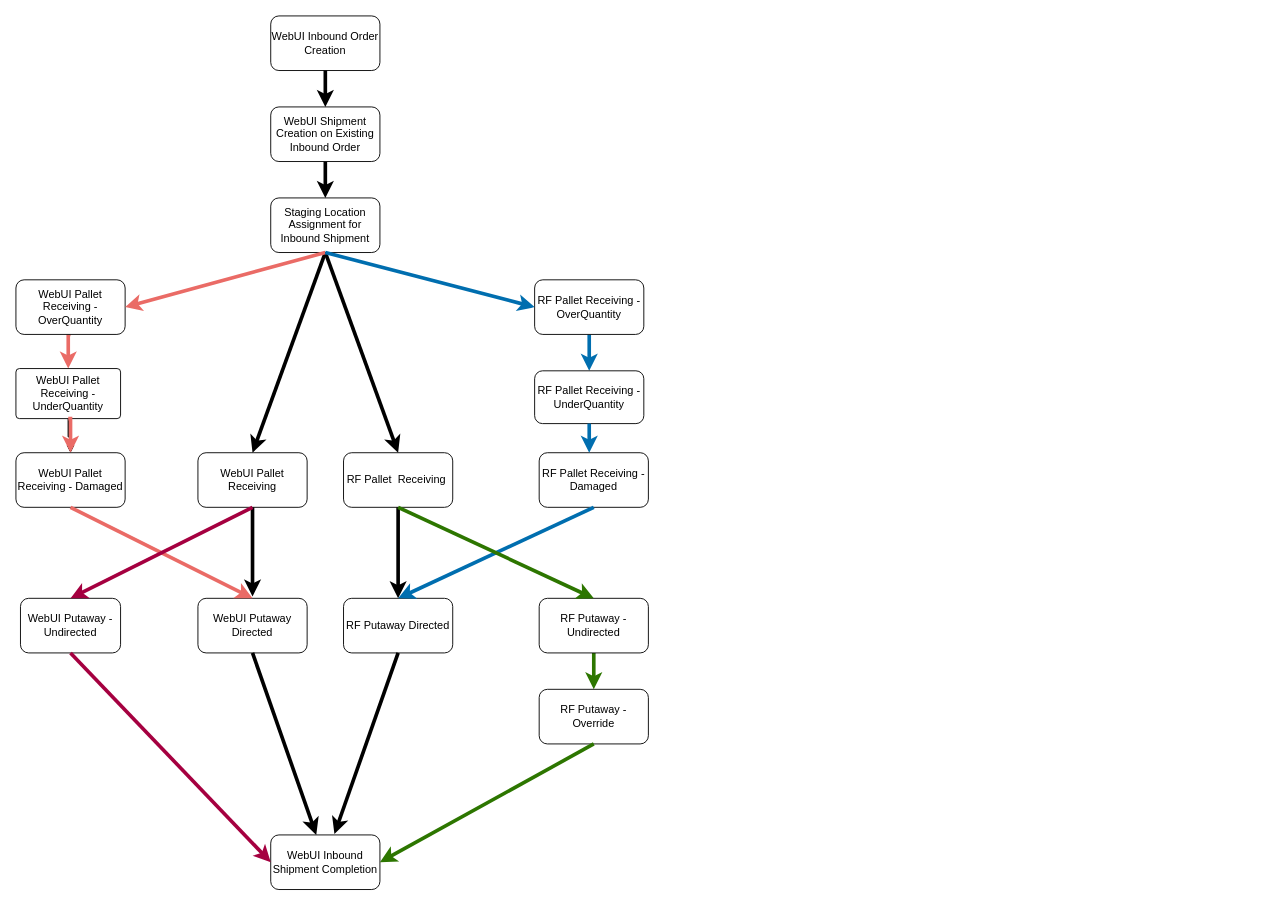
This is Superman&DrStrange.drawio from Natali1429/DIA, a draw.io file, before an edit. Source tidied: cells renumbered, new cells numbered last; positions are measured from the earlier drawing's top-left corner, leaving out a move shared by most shapes. Both pictures are drawn from the tidied source at 91%, with x=0, y=0 at pixel (15, 15).
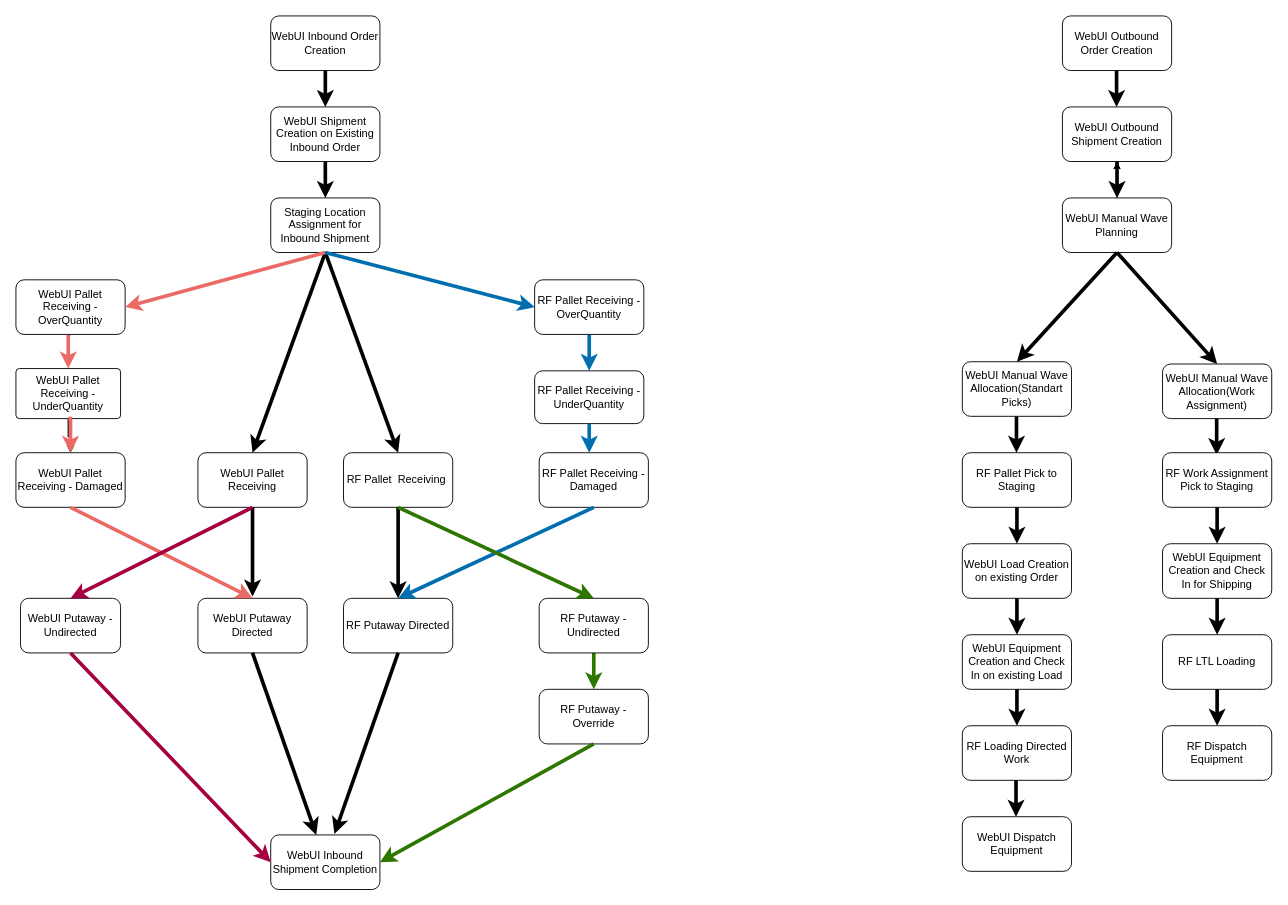
After the change.

Change to the diagram source:
```diff
@@
+    <mxCell id="42" value="WebUI Outbound Order Creation" style="rounded=1;whiteSpace=wrap;html=1;" parent="1" vertex="1">
+      <mxGeometry x="1150" width="120" height="60" as="geometry" />
+    </mxCell>
+    <mxCell id="43" style="edgeStyle=orthogonalEdgeStyle;rounded=0;orthogonalLoop=1;jettySize=auto;html=1;exitX=0.5;exitY=1;exitDx=0;exitDy=0;entryX=0.5;entryY=0;entryDx=0;entryDy=0;strokeWidth=4;" parent="1" edge="1">
+      <mxGeometry relative="1" as="geometry">
+        <mxPoint x="1209.5" y="60" as="sourcePoint" />
+        <mxPoint x="1209.5" y="100" as="targetPoint" />
+        <Array as="points">
+          <mxPoint x="1209.5" y="80" />
+          <mxPoint x="1209.5" y="80" />
+        </Array>
+      </mxGeometry>
+    </mxCell>
+    <mxCell id="44" value="WebUI Outbound Shipment Creation" style="rounded=1;whiteSpace=wrap;html=1;" parent="1" vertex="1">
+      <mxGeometry x="1150" y="100" width="120" height="60" as="geometry" />
+    </mxCell>
+    <mxCell id="45" style="edgeStyle=orthogonalEdgeStyle;rounded=0;orthogonalLoop=1;jettySize=auto;html=1;exitX=0.5;exitY=1;exitDx=0;exitDy=0;entryX=0.5;entryY=0;entryDx=0;entryDy=0;strokeWidth=4;" parent="1" edge="1">
+      <mxGeometry relative="1" as="geometry">
+        <mxPoint x="1210" y="160" as="sourcePoint" />
+        <mxPoint x="1210" y="200" as="targetPoint" />
+        <Array as="points">
+          <mxPoint x="1210" y="180" />
+          <mxPoint x="1210" y="180" />
+        </Array>
+      </mxGeometry>
+    </mxCell>
+    <mxCell id="46" style="edgeStyle=orthogonalEdgeStyle;rounded=0;jettySize=auto;html=1;" parent="1" edge="1" source="47" target="44">
+      <mxGeometry relative="1" as="geometry" />
+    </mxCell>
+    <mxCell id="47" value="WebUI Manual Wave Planning" style="rounded=1;whiteSpace=wrap;html=1;" parent="1" vertex="1">
+      <mxGeometry x="1150" y="200" width="120" height="60" as="geometry" />
+    </mxCell>
+    <mxCell id="48" value="WebUI Manual Wave Allocation(Standart Picks)" style="rounded=1;whiteSpace=wrap;html=1;" parent="1" vertex="1">
+      <mxGeometry x="1040" y="380" width="120" height="60" as="geometry" />
+    </mxCell>
+    <mxCell id="49" value="&lt;span style=&quot;white-space: normal&quot;&gt;WebUI Manual Wave Allocation(Work Assignment)&lt;/span&gt;" style="rounded=1;whiteSpace=wrap;html=1;" parent="1" vertex="1">
+      <mxGeometry x="1260" y="382.5" width="120" height="60" as="geometry" />
+    </mxCell>
+    <mxCell id="50" style="endArrow=classic;html=1;exitX=0.5;exitY=1;exitDx=0;exitDy=0;entryX=0.5;entryY=0;entryDx=0;entryDy=0;strokeWidth=4;rounded=0;" parent="1" edge="1" source="47" target="48">
+      <mxGeometry relative="1" as="geometry" />
+    </mxCell>
+    <mxCell id="51" style="endArrow=classic;html=1;exitX=0.5;exitY=1;exitDx=0;exitDy=0;entryX=0.5;entryY=0;entryDx=0;entryDy=0;strokeWidth=4;rounded=0;" parent="1" edge="1" source="47" target="49">
+      <mxGeometry relative="1" as="geometry" />
+    </mxCell>
+    <mxCell id="52" style="edgeStyle=orthogonalEdgeStyle;rounded=0;orthogonalLoop=1;jettySize=auto;html=1;exitX=0.5;exitY=1;exitDx=0;exitDy=0;entryX=0.5;entryY=0;entryDx=0;entryDy=0;strokeWidth=4;" parent="1" edge="1">
+      <mxGeometry relative="1" as="geometry">
+        <mxPoint x="1099.5" y="440" as="sourcePoint" />
+        <mxPoint x="1099.5" y="480" as="targetPoint" />
+        <Array as="points">
+          <mxPoint x="1099" y="460" />
+          <mxPoint x="1099" y="460" />
+        </Array>
+      </mxGeometry>
+    </mxCell>
+    <mxCell id="53" style="edgeStyle=orthogonalEdgeStyle;rounded=0;orthogonalLoop=1;jettySize=auto;html=1;exitX=0.5;exitY=1;exitDx=0;exitDy=0;entryX=0.5;entryY=0;entryDx=0;entryDy=0;strokeWidth=4;" parent="1" edge="1">
+      <mxGeometry relative="1" as="geometry">
+        <mxPoint x="1319.5" y="442.5" as="sourcePoint" />
+        <mxPoint x="1319.5" y="482.5" as="targetPoint" />
+        <Array as="points">
+          <mxPoint x="1319" y="462.5" />
+          <mxPoint x="1319" y="462.5" />
+        </Array>
+      </mxGeometry>
+    </mxCell>
+    <mxCell id="54" value="WebUI Load Creation on existing Order" style="rounded=1;whiteSpace=wrap;html=1;" parent="1" vertex="1">
+      <mxGeometry x="1040" y="580" width="120" height="60" as="geometry" />
+    </mxCell>
+    <mxCell id="55" value="WebUI Dispatch Equipment" style="rounded=1;whiteSpace=wrap;html=1;" parent="1" vertex="1">
+      <mxGeometry x="1040" y="880" width="120" height="60" as="geometry" />
+    </mxCell>
+    <mxCell id="56" value="WebUI Equipment Creation and Check In on existing Load" style="rounded=1;whiteSpace=wrap;html=1;" parent="1" vertex="1">
+      <mxGeometry x="1040" y="680" width="120" height="60" as="geometry" />
+    </mxCell>
+    <mxCell id="57" value="RF Pallet Pick to Staging" style="rounded=1;whiteSpace=wrap;html=1;" parent="1" vertex="1">
+      <mxGeometry x="1040" y="480" width="120" height="60" as="geometry" />
+    </mxCell>
+    <mxCell id="58" value="RF Loading Directed Work" style="rounded=1;whiteSpace=wrap;html=1;" parent="1" vertex="1">
+      <mxGeometry x="1040" y="780" width="120" height="60" as="geometry" />
+    </mxCell>
+    <mxCell id="59" style="edgeStyle=orthogonalEdgeStyle;rounded=0;orthogonalLoop=1;jettySize=auto;html=1;exitX=0.5;exitY=1;exitDx=0;exitDy=0;entryX=0.5;entryY=0;entryDx=0;entryDy=0;strokeWidth=4;" parent="1" edge="1">
+      <mxGeometry relative="1" as="geometry">
+        <mxPoint x="1100" y="540" as="sourcePoint" />
+        <mxPoint x="1100" y="580" as="targetPoint" />
+        <Array as="points">
+          <mxPoint x="1099.5" y="560" />
+          <mxPoint x="1099.5" y="560" />
+        </Array>
+      </mxGeometry>
+    </mxCell>
+    <mxCell id="60" style="edgeStyle=orthogonalEdgeStyle;rounded=0;orthogonalLoop=1;jettySize=auto;html=1;exitX=0.5;exitY=1;exitDx=0;exitDy=0;entryX=0.5;entryY=0;entryDx=0;entryDy=0;strokeWidth=4;" parent="1" edge="1">
+      <mxGeometry relative="1" as="geometry">
+        <mxPoint x="1100" y="640" as="sourcePoint" />
+        <mxPoint x="1100" y="680" as="targetPoint" />
+        <Array as="points">
+          <mxPoint x="1099.5" y="660" />
+          <mxPoint x="1099.5" y="660" />
+        </Array>
+      </mxGeometry>
+    </mxCell>
+    <mxCell id="61" style="edgeStyle=orthogonalEdgeStyle;rounded=0;orthogonalLoop=1;jettySize=auto;html=1;exitX=0.5;exitY=1;exitDx=0;exitDy=0;entryX=0.5;entryY=0;entryDx=0;entryDy=0;strokeWidth=4;" parent="1" edge="1">
+      <mxGeometry relative="1" as="geometry">
+        <mxPoint x="1100" y="740" as="sourcePoint" />
+        <mxPoint x="1100" y="780" as="targetPoint" />
+        <Array as="points">
+          <mxPoint x="1099.5" y="760" />
+          <mxPoint x="1099.5" y="760" />
+        </Array>
+      </mxGeometry>
+    </mxCell>
+    <mxCell id="62" style="edgeStyle=orthogonalEdgeStyle;rounded=0;orthogonalLoop=1;jettySize=auto;html=1;exitX=0.5;exitY=1;exitDx=0;exitDy=0;entryX=0.5;entryY=0;entryDx=0;entryDy=0;strokeWidth=4;" parent="1" edge="1">
+      <mxGeometry relative="1" as="geometry">
+        <mxPoint x="1099" y="840" as="sourcePoint" />
+        <mxPoint x="1099" y="880" as="targetPoint" />
+        <Array as="points">
+          <mxPoint x="1099" y="850" />
+          <mxPoint x="1099" y="850" />
+        </Array>
+      </mxGeometry>
+    </mxCell>
+    <mxCell id="63" value="WebUI Equipment Creation and Check In for Shipping" style="rounded=1;whiteSpace=wrap;html=1;" parent="1" vertex="1">
+      <mxGeometry x="1260" y="580" width="120" height="60" as="geometry" />
+    </mxCell>
+    <mxCell id="64" value="RF LTL Loading" style="rounded=1;whiteSpace=wrap;html=1;" parent="1" vertex="1">
+      <mxGeometry x="1260" y="680" width="120" height="60" as="geometry" />
+    </mxCell>
+    <mxCell id="65" value="RF Work Assignment Pick to Staging" style="rounded=1;whiteSpace=wrap;html=1;" parent="1" vertex="1">
+      <mxGeometry x="1260" y="480" width="120" height="60" as="geometry" />
+    </mxCell>
+    <mxCell id="66" value="RF Dispatch Equipment" style="rounded=1;whiteSpace=wrap;html=1;" parent="1" vertex="1">
+      <mxGeometry x="1260" y="780" width="120" height="60" as="geometry" />
+    </mxCell>
+    <mxCell id="67" style="edgeStyle=orthogonalEdgeStyle;rounded=0;orthogonalLoop=1;jettySize=auto;html=1;exitX=0.5;exitY=1;exitDx=0;exitDy=0;entryX=0.5;entryY=0;entryDx=0;entryDy=0;strokeWidth=4;" parent="1" edge="1">
+      <mxGeometry relative="1" as="geometry">
+        <mxPoint x="1320" y="540" as="sourcePoint" />
+        <mxPoint x="1320" y="580" as="targetPoint" />
+        <Array as="points">
+          <mxPoint x="1319.5" y="560" />
+          <mxPoint x="1319.5" y="560" />
+        </Array>
+      </mxGeometry>
+    </mxCell>
+    <mxCell id="68" style="edgeStyle=orthogonalEdgeStyle;rounded=0;orthogonalLoop=1;jettySize=auto;html=1;exitX=0.5;exitY=1;exitDx=0;exitDy=0;entryX=0.5;entryY=0;entryDx=0;entryDy=0;strokeWidth=4;" parent="1" edge="1">
+      <mxGeometry relative="1" as="geometry">
+        <mxPoint x="1320" y="640" as="sourcePoint" />
+        <mxPoint x="1320" y="680" as="targetPoint" />
+        <Array as="points">
+          <mxPoint x="1319.5" y="660" />
+          <mxPoint x="1319.5" y="660" />
+        </Array>
+      </mxGeometry>
+    </mxCell>
+    <mxCell id="69" style="edgeStyle=orthogonalEdgeStyle;rounded=0;orthogonalLoop=1;jettySize=auto;html=1;exitX=0.5;exitY=1;exitDx=0;exitDy=0;entryX=0.5;entryY=0;entryDx=0;entryDy=0;strokeWidth=4;" parent="1" edge="1">
+      <mxGeometry relative="1" as="geometry">
+        <mxPoint x="1320" y="740" as="sourcePoint" />
+        <mxPoint x="1320" y="780" as="targetPoint" />
+        <Array as="points">
+          <mxPoint x="1319.5" y="760" />
+          <mxPoint x="1319.5" y="760" />
+        </Array>
+      </mxGeometry>
+    </mxCell>
```
